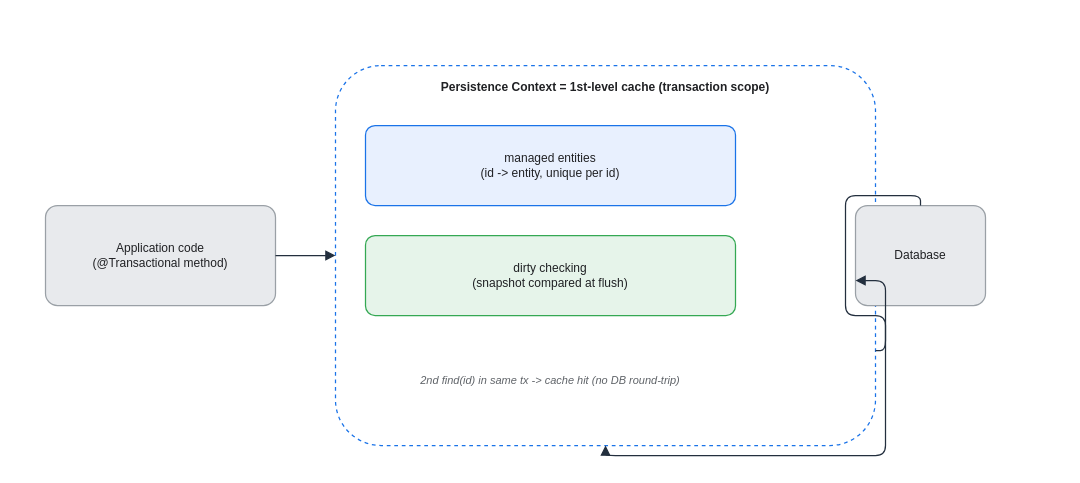
Earlier version of the draw.io diagram assets/img/spring/spring-15-persistence-context.drawio (KKamJi98/kkamji98.github.io). Source tidied: cells renumbered, new cells numbered last; positions are measured from the earlier drawing's top-left corner, leaving out a move shared by most shapes. Both pictures are drawn from the tidied source at 100%, with x=0, y=0 at pixel (45, 65).
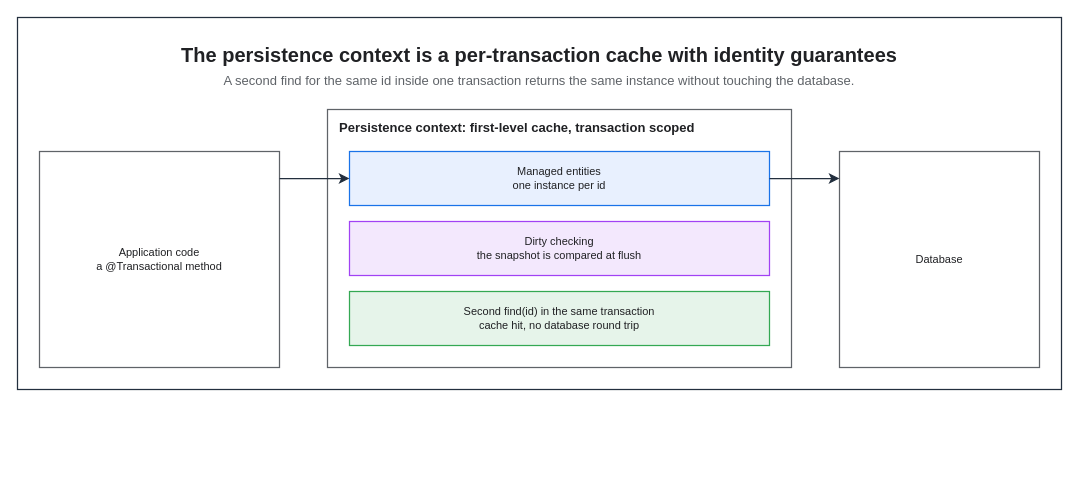
Above is the later version.

What changed in the source:
```diff
@@
 <mxGraphModel background="#FFFFFF">
   <root>
     <mxCell id="0" />
     <mxCell id="1" parent="0" />
+    <mxCell id="11" style="rounded=0;html=0;fillColor=none;strokeColor=#232F3E;fontColor=#202124;strokeWidth=1.25;" parent="1" vertex="1">
+      <mxGeometry x="-28" y="-48" width="1044" height="372" as="geometry" />
+    </mxCell>
+    <mxCell id="12" value="The persistence context is a per-transaction cache with identity guarantees" style="text;html=0;whiteSpace=wrap;fillColor=none;strokeColor=none;fontColor=#202124;fontSize=20;fontStyle=1;align=center;verticalAlign=middle;" parent="1" vertex="1">
+      <mxGeometry x="-6" y="-26" width="1000" height="30" as="geometry" />
+    </mxCell>
+    <mxCell id="13" value="A second find for the same id inside one transaction returns the same instance without touching the database." style="text;html=0;whiteSpace=wrap;fillColor=none;strokeColor=none;fontColor=#5F6368;fontSize=13;fontStyle=0;align=center;verticalAlign=middle;" parent="1" vertex="1">
+      <mxGeometry x="-6" y="4" width="1000" height="22" as="geometry" />
+    </mxCell>
+    <mxCell id="3" value="Persistence context: first-level cache, transaction scoped" style="rounded=0;whiteSpace=wrap;html=0;fillColor=none;strokeColor=#5F6368;fontColor=#202124;fontSize=13;fontStyle=1;align=left;verticalAlign=top;spacingLeft=10;spacingTop=4;strokeWidth=1.25;dashed=0;" parent="1" vertex="1">
+      <mxGeometry x="282" y="44" width="464" height="258" as="geometry" />
+    </mxCell>
-    <mxCell id="2" value="Application code&#10;(@Transactional method)" style="rounded=1;whiteSpace=wrap;html=0;arcSize=12;shadow=0;fillColor=#E8EAED;strokeColor=#9AA0A6;fontColor=#202124;strokeWidth=1.25;" parent="1" vertex="1">
-      <mxGeometry y="140" width="230" height="100" as="geometry" />
+    <mxCell id="2" value="Application code&#10;a @Transactional method" style="rounded=0;whiteSpace=wrap;html=0;fillColor=#FFFFFF;strokeColor=#5F6368;fontColor=#202124;fontSize=11;fontStyle=0;align=center;verticalAlign=middle;spacingLeft=6;spacingRight=6;strokeWidth=1.25;" parent="1" vertex="1">
+      <mxGeometry x="-6" y="86" width="240" height="216" as="geometry" />
     </mxCell>
-    <mxCell id="3" value="Persistence Context = 1st-level cache (transaction scope)" style="rounded=1;whiteSpace=wrap;html=0;arcSize=12;shadow=0;fillColor=#FFFFFF;strokeColor=#1A73E8;fontColor=#202124;fontStyle=1;verticalAlign=top;align=center;dashed=1;spacingTop=8;strokeWidth=1.25;" parent="1" vertex="1">
-      <mxGeometry x="290" width="540" height="380" as="geometry" />
-    </mxCell>
-    <mxCell id="4" value="managed entities&#10;(id -&gt; entity, unique per id)" style="rounded=1;whiteSpace=wrap;html=0;arcSize=12;shadow=0;fillColor=#E8F0FE;strokeColor=#1A73E8;fontColor=#202124;strokeWidth=1.25;" parent="1" vertex="1">
-      <mxGeometry x="320" y="60" width="370" height="80" as="geometry" />
+    <mxCell id="4" value="Managed entities&#10;one instance per id" style="rounded=0;whiteSpace=wrap;html=0;fillColor=#E8F0FE;strokeColor=#1A73E8;fontColor=#202124;fontSize=11;fontStyle=0;align=center;verticalAlign=middle;spacingLeft=6;spacingRight=6;strokeWidth=1.25;" parent="1" vertex="1">
+      <mxGeometry x="304" y="86" width="420" height="54" as="geometry" />
     </mxCell>
-    <mxCell id="5" value="dirty checking&#10;(snapshot compared at flush)" style="rounded=1;whiteSpace=wrap;html=0;arcSize=12;shadow=0;fillColor=#E6F4EA;strokeColor=#34A853;fontColor=#202124;strokeWidth=1.25;" parent="1" vertex="1">
-      <mxGeometry x="320" y="170" width="370" height="80" as="geometry" />
+    <mxCell id="5" value="Dirty checking&#10;the snapshot is compared at flush" style="rounded=0;whiteSpace=wrap;html=0;fillColor=#F3E8FD;strokeColor=#A142F4;fontColor=#202124;fontSize=11;fontStyle=0;align=center;verticalAlign=middle;spacingLeft=6;spacingRight=6;strokeWidth=1.25;" parent="1" vertex="1">
+      <mxGeometry x="304" y="156" width="420" height="54" as="geometry" />
     </mxCell>
-    <mxCell id="6" value="2nd find(id) in same tx -&gt; cache hit (no DB round-trip)" style="text;html=0;align=center;verticalAlign=middle;whiteSpace=wrap;fontSize=11;fontColor=#5F6368;fontStyle=2;" parent="1" vertex="1">
-      <mxGeometry x="320" y="290" width="370" height="50" as="geometry" />
+    <mxCell id="6" value="Second find(id) in the same transaction&#10;cache hit, no database round trip" style="rounded=0;whiteSpace=wrap;html=0;fillColor=#E6F4EA;strokeColor=#34A853;fontColor=#202124;fontSize=11;fontStyle=0;align=center;verticalAlign=middle;spacingLeft=6;spacingRight=6;strokeWidth=1.25;" parent="1" vertex="1">
+      <mxGeometry x="304" y="226" width="420" height="54" as="geometry" />
     </mxCell>
-    <mxCell id="7" value="Database" style="rounded=1;whiteSpace=wrap;html=0;arcSize=12;shadow=0;fillColor=#E8EAED;strokeColor=#9AA0A6;fontColor=#202124;strokeWidth=1.25;" parent="1" vertex="1">
-      <mxGeometry x="810" y="140" width="130" height="100" as="geometry" />
+    <mxCell id="7" value="Database" style="rounded=0;whiteSpace=wrap;html=0;fillColor=#FFFFFF;strokeColor=#5F6368;fontColor=#202124;fontSize=11;fontStyle=0;align=center;verticalAlign=middle;spacingLeft=6;spacingRight=6;strokeWidth=1.25;" parent="1" vertex="1">
+      <mxGeometry x="794" y="86" width="200" height="216" as="geometry" />
     </mxCell>
-    <mxCell id="8" style="edgeStyle=orthogonalEdgeStyle;rounded=1;html=0;endArrow=block;strokeColor=#232F3E;fontColor=#202124;labelBackgroundColor=none;strokeWidth=1.25;endSize=7;" parent="1" edge="1" source="2" target="3">
-      <mxGeometry relative="1" as="geometry" />
-    </mxCell>
-    <mxCell id="9" style="edgeStyle=orthogonalEdgeStyle;rounded=1;html=0;endArrow=block;strokeColor=#232F3E;fontColor=#202124;labelBackgroundColor=none;strokeWidth=1.25;endSize=7;" parent="1" edge="1" source="7" target="3">
-      <mxGeometry relative="1" as="geometry" />
-    </mxCell>
-    <mxCell id="10" style="edgeStyle=orthogonalEdgeStyle;rounded=1;html=0;endArrow=block;strokeColor=#232F3E;fontColor=#202124;labelBackgroundColor=none;exitX=1;exitY=0.75;exitDx=0;exitDy=0;entryX=0;entryY=0.75;entryDx=0;entryDy=0;strokeWidth=1.25;endSize=7;" parent="1" edge="1" source="3" target="7">
-      <mxGeometry relative="1" as="geometry" />
-    </mxCell>
+    <mxCell id="14" style="edgeStyle=orthogonalEdgeStyle;rounded=0;html=0;strokeColor=#232F3E;strokeWidth=1.25;endArrow=classic;endFill=1;endSize=7;fontSize=11;fontColor=#202124;labelBackgroundColor=none;jettySize=14;exitX=1;exitY=0.125;entryX=0;entryY=0.5;exitDx=0;exitDy=0;entryDx=0;entryDy=0;" parent="1" edge="1" source="2" target="4">
+      <mxGeometry relative="1" as="geometry" />
+    </mxCell>
+    <mxCell id="15" style="edgeStyle=orthogonalEdgeStyle;rounded=0;html=0;strokeColor=#232F3E;strokeWidth=1.25;endArrow=classic;endFill=1;endSize=7;fontSize=11;fontColor=#202124;labelBackgroundColor=none;jettySize=14;exitX=1;exitY=0.5;entryX=0;entryY=0.125;exitDx=0;exitDy=0;entryDx=0;entryDy=0;" parent="1" edge="1" source="4" target="7">
+      <mxGeometry relative="1" as="geometry" />
+    </mxCell>
   </root>
 </mxGraphModel>
```
